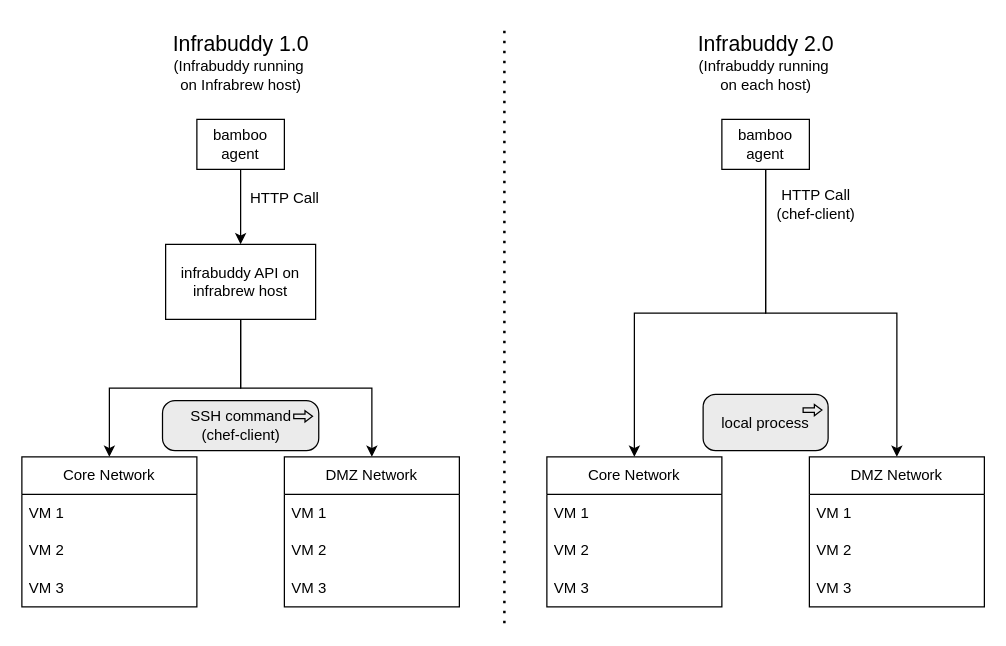
The draw.io diagram Untitled Diagram.drawio in andrasfindt-sbg/draw.io, before the edit. Source tidied: cells renumbered, new cells numbered last; positions are measured from the earlier drawing's top-left corner, leaving out a move shared by most shapes. Both pictures are drawn from the tidied source at 125%, with x=0, y=0 at pixel (21, 22).
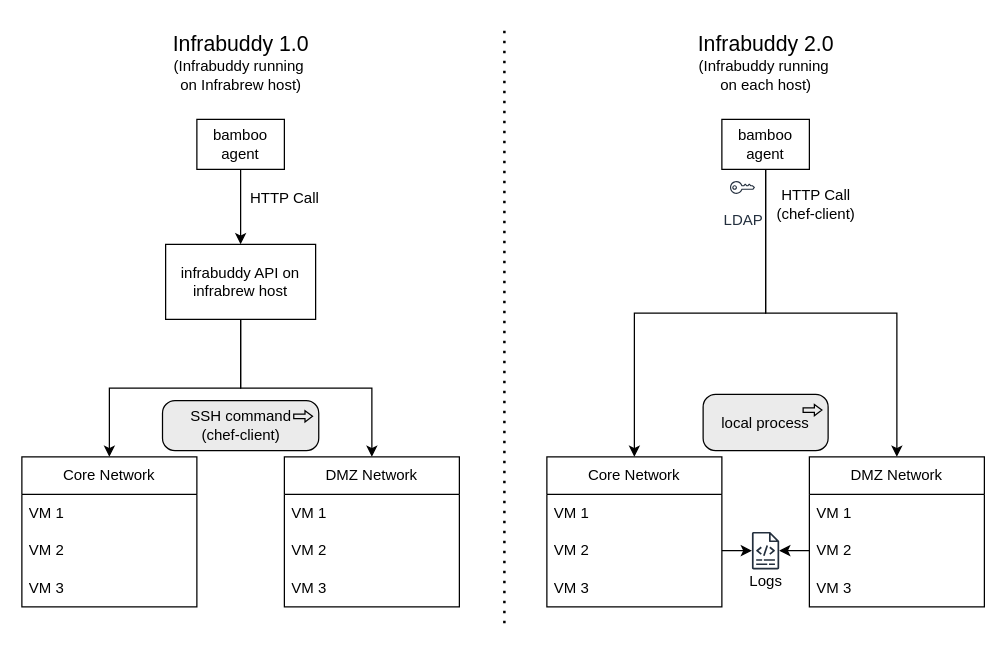
Above is the later version.

Unchanged cells that the change refers to:
```xml
<mxCell id="25" value="VM 2" style="text;strokeColor=none;fillColor=none;align=left;verticalAlign=middle;spacingLeft=4;spacingRight=4;overflow=hidden;points=[[0,0.5],[1,0.5]];portConstraint=eastwest;whiteSpace=wrap;html=1;" parent="23" vertex="1">
  <mxGeometry y="60" width="140" height="30" as="geometry" />
</mxCell>
<mxCell id="29" value="VM 2" style="text;strokeColor=none;fillColor=none;align=left;verticalAlign=middle;spacingLeft=4;spacingRight=4;overflow=hidden;points=[[0,0.5],[1,0.5]];portConstraint=eastwest;whiteSpace=wrap;html=1;" parent="27" vertex="1">
  <mxGeometry y="60" width="140" height="30" as="geometry" />
</mxCell>
```

The edit, as a diff of the source:
```diff
@@
+    <mxCell id="33" value="LDAP" style="sketch=0;fontColor=#232F3E;gradientColor=none;strokeColor=#232F3E;fillColor=#ffffff;dashed=0;verticalLabelPosition=bottom;verticalAlign=top;align=center;html=1;fontSize=12;fontStyle=0;shape=mxgraph.aws4.resourceIcon;resIcon=mxgraph.aws4.addon;" parent="1" vertex="1">
+      <mxGeometry x="564" y="119" width="25" height="25" as="geometry" />
+    </mxCell>
+    <mxCell id="34" style="sketch=0;outlineConnect=0;fontColor=#232F3E;gradientColor=none;fillColor=#232F3D;strokeColor=none;dashed=0;verticalLabelPosition=bottom;verticalAlign=top;align=center;html=1;fontSize=12;fontStyle=0;shape=mxgraph.aws4.logs;" parent="1" vertex="1">
+      <mxGeometry x="584" y="407" width="21.9" height="30" as="geometry" />
+    </mxCell>
+    <mxCell id="35" style="edgeStyle=orthogonalEdgeStyle;rounded=0;jettySize=auto;html=1;" parent="1" edge="1" source="25" target="34">
+      <mxGeometry relative="1" as="geometry" />
+    </mxCell>
+    <mxCell id="36" style="edgeStyle=orthogonalEdgeStyle;rounded=0;jettySize=auto;html=1;" parent="1" edge="1" source="29" target="34">
+      <mxGeometry relative="1" as="geometry" />
+    </mxCell>
+    <mxCell id="37" value="Logs" style="text;html=1;align=center;verticalAlign=middle;strokeColor=none;fillColor=none;" parent="1" vertex="1">
+      <mxGeometry x="570" y="432" width="50" height="30" as="geometry" />
+    </mxCell>
```
